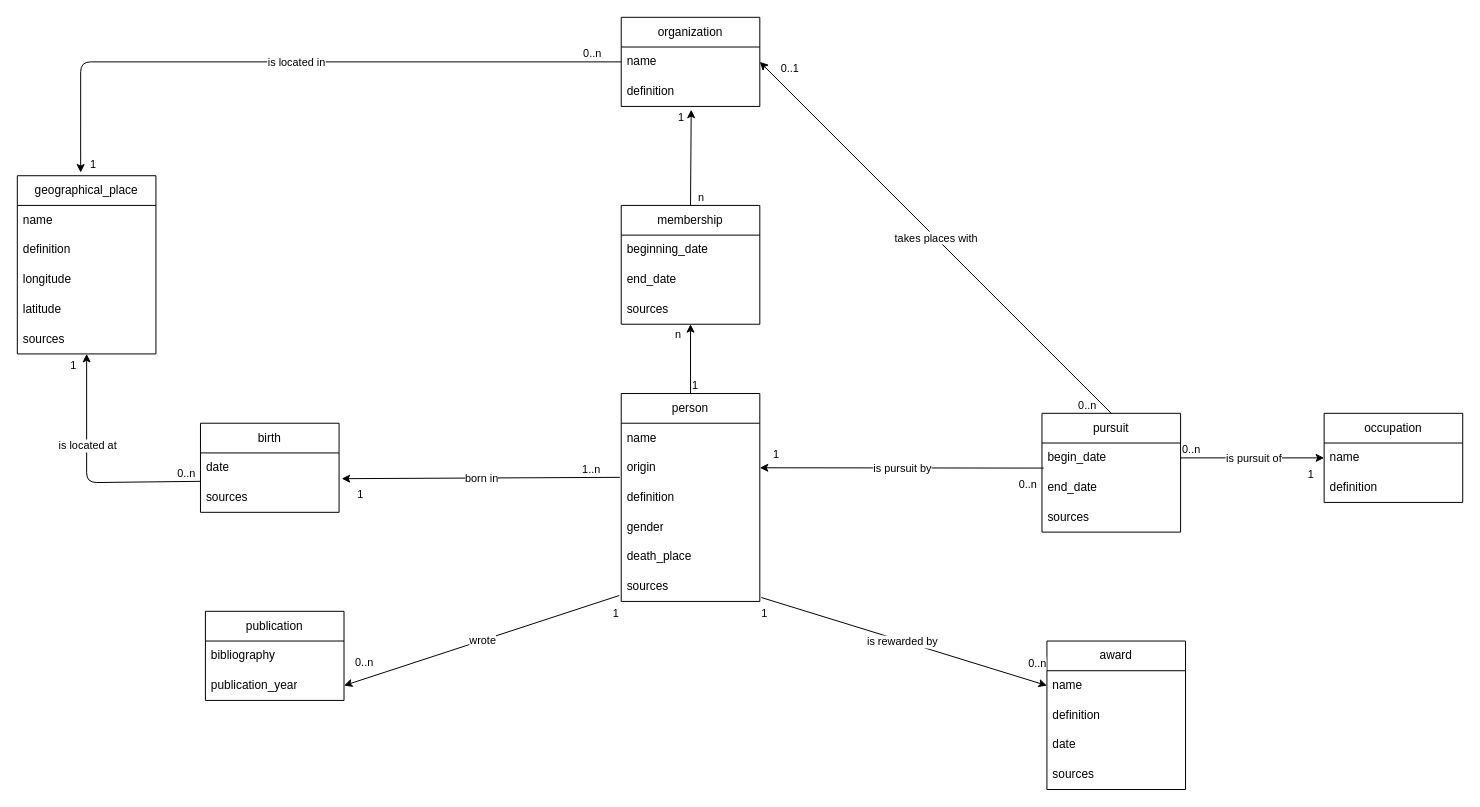
The draw.io diagram diagramme/diagramme.drawio in Raphix93/2HS2179_militants-pour-la-paix, before the edit. Source tidied: cells renumbered, new cells numbered last; positions are measured from the earlier drawing's top-left corner, leaving out a move shared by most shapes. Both pictures are drawn from the tidied source at 99%, with x=0, y=0 at pixel (17, 17).
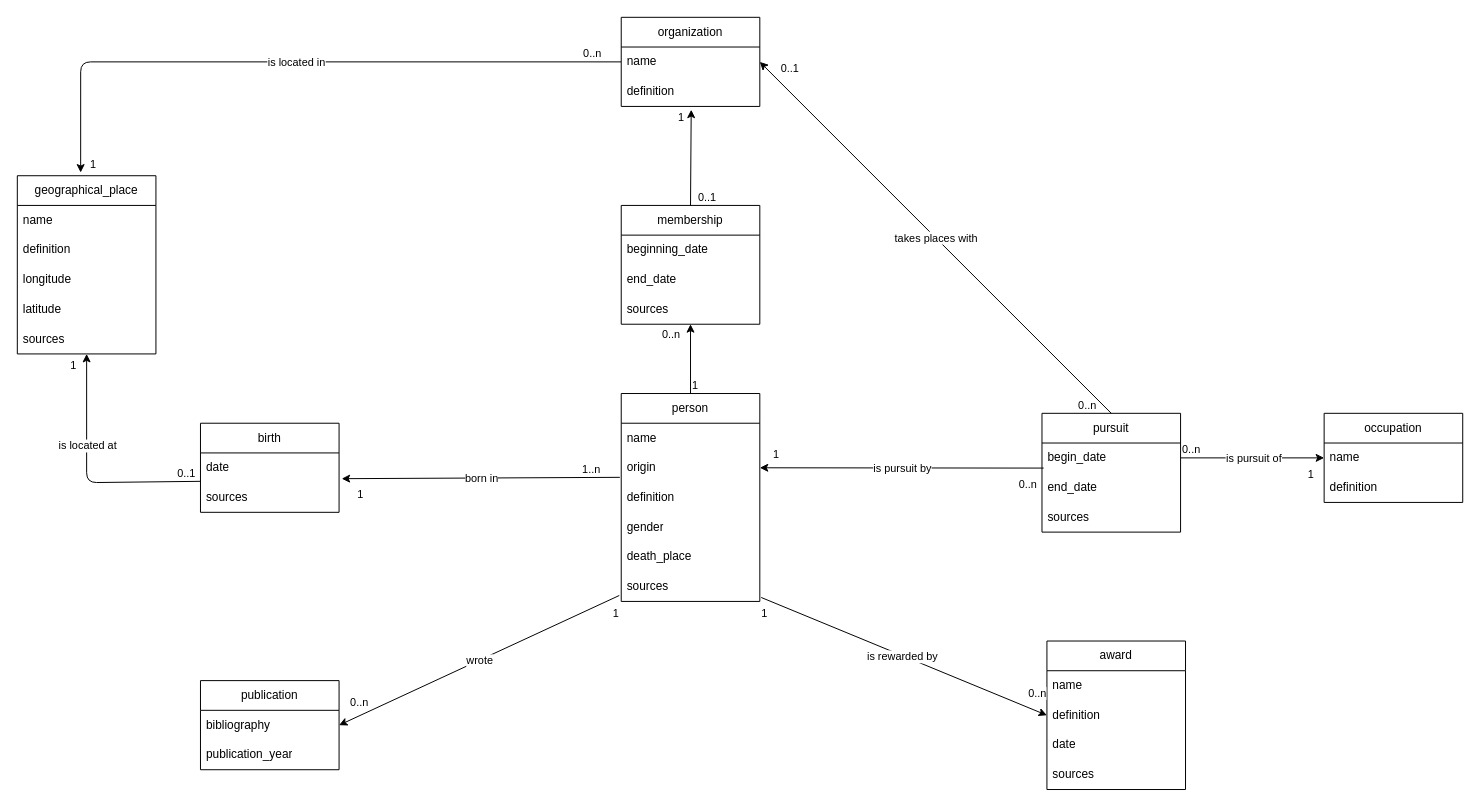
After the change.

Commit message (it also covers changes not shown here):
Ajout licence

Unchanged cells that the change refers to:
```xml
<mxCell id="8" value="sources" style="text;strokeColor=none;fillColor=none;align=left;verticalAlign=middle;spacingLeft=4;spacingRight=4;overflow=hidden;points=[[0,0.5],[1,0.5]];portConstraint=eastwest;whiteSpace=wrap;html=1;" parent="2" vertex="1">
  <mxGeometry y="180" width="140" height="30" as="geometry" />
</mxCell>
<mxCell id="23" value="bibliography" style="text;strokeColor=none;fillColor=none;align=left;verticalAlign=middle;spacingLeft=4;spacingRight=4;overflow=hidden;points=[[0,0.5],[1,0.5]];portConstraint=eastwest;whiteSpace=wrap;html=1;" parent="22" vertex="1">
  <mxGeometry y="30" width="140" height="30" as="geometry" />
</mxCell>
<mxCell id="24" value="publication_year" style="text;strokeColor=none;fillColor=none;align=left;verticalAlign=middle;spacingLeft=4;spacingRight=4;overflow=hidden;points=[[0,0.5],[1,0.5]];portConstraint=eastwest;whiteSpace=wrap;html=1;" parent="22" vertex="1">
  <mxGeometry y="60" width="140" height="30" as="geometry" />
</mxCell>
<mxCell id="26" value="name" style="text;strokeColor=none;fillColor=none;align=left;verticalAlign=middle;spacingLeft=4;spacingRight=4;overflow=hidden;points=[[0,0.5],[1,0.5]];portConstraint=eastwest;whiteSpace=wrap;html=1;" parent="25" vertex="1">
  <mxGeometry y="30" width="140" height="30" as="geometry" />
</mxCell>
<mxCell id="27" value="definition" style="text;strokeColor=none;fillColor=none;align=left;verticalAlign=middle;spacingLeft=4;spacingRight=4;overflow=hidden;points=[[0,0.5],[1,0.5]];portConstraint=eastwest;whiteSpace=wrap;html=1;" parent="25" vertex="1">
  <mxGeometry y="60" width="140" height="30" as="geometry" />
</mxCell>
<mxCell id="48" style="endArrow=classic;html=1;exitX=0.002;exitY=0.956;exitDx=0;exitDy=0;exitPerimeter=0;" parent="1" edge="1" source="42">
  <mxGeometry relative="1" as="geometry">
    <mxPoint x="70" y="340" as="targetPoint" />
    <Array as="points">
      <mxPoint x="70" y="470" />
    </Array>
  </mxGeometry>
</mxCell>
<mxCell id="68" style="endArrow=classic;html=1;exitX=0.5;exitY=0;exitDx=0;exitDy=0;" parent="1" edge="1" source="2">
  <mxGeometry relative="1" as="geometry">
    <mxPoint x="680" y="310" as="targetPoint" />
  </mxGeometry>
</mxCell>
<mxCell id="71" style="endArrow=classic;html=1;exitX=0.5;exitY=0;exitDx=0;exitDy=0;entryX=0.505;entryY=1.111;entryDx=0;entryDy=0;entryPerimeter=0;" parent="1" edge="1" source="64" target="11">
  <mxGeometry relative="1" as="geometry" />
</mxCell>
```

What changed in the source:
```diff
@@
     <mxCell id="22" value="publication" style="swimlane;fontStyle=0;horizontal=1;startSize=30;whiteSpace=wrap;html=1;" parent="1" vertex="1">
-      <mxGeometry x="190" y="600" width="140" height="90" as="geometry" />
+      <mxGeometry x="185" y="670" width="140" height="90" as="geometry" />
     </mxCell>
@@
-    <mxCell id="50" value="0..n" style="edgeLabel;html=1;align=left;verticalAlign=bottom;" parent="48" vertex="1">
+    <mxCell id="50" value="0..1" style="edgeLabel;html=1;align=left;verticalAlign=bottom;" parent="48" vertex="1">
       <mxGeometry x="-1" relative="1" as="geometry">
         <mxPoint x="-25" as="offset" />
       </mxGeometry>
     </mxCell>
@@
-    <mxCell id="52" style="endArrow=classic;html=1;entryX=1;entryY=0.5;entryDx=0;entryDy=0;exitX=-0.014;exitY=0.8;exitDx=0;exitDy=0;exitPerimeter=0;" parent="1" edge="1" source="8" target="24">
+    <mxCell id="52" style="endArrow=classic;html=1;exitX=-0.014;exitY=0.8;exitDx=0;exitDy=0;exitPerimeter=0;entryX=1;entryY=0.5;entryDx=0;entryDy=0;" parent="1" edge="1" source="8" target="23">
       <mxGeometry relative="1" as="geometry" />
     </mxCell>
@@
-    <mxCell id="60" style="endArrow=classic;html=1;exitX=1.01;exitY=0.867;exitDx=0;exitDy=0;entryX=0;entryY=0.5;entryDx=0;entryDy=0;exitPerimeter=0;" parent="1" edge="1" source="8" target="26">
+    <mxCell id="60" style="endArrow=classic;html=1;exitX=1.01;exitY=0.867;exitDx=0;exitDy=0;entryX=0;entryY=0.5;entryDx=0;entryDy=0;exitPerimeter=0;" parent="1" edge="1" source="8" target="27">
       <mxGeometry relative="1" as="geometry" />
     </mxCell>
@@
-    <mxCell id="70" value="n" style="edgeLabel;html=1;align=right;verticalAlign=bottom;" parent="68" vertex="1">
+    <mxCell id="70" value="0..n" style="edgeLabel;html=1;align=right;verticalAlign=bottom;" parent="68" vertex="1">
       <mxGeometry x="1" relative="1" as="geometry">
-        <mxPoint x="-9" y="18" as="offset" />
+        <mxPoint x="-10" y="18" as="offset" />
       </mxGeometry>
     </mxCell>
@@
-    <mxCell id="72" value="n" style="edgeLabel;html=1;align=left;verticalAlign=bottom;" parent="71" vertex="1">
+    <mxCell id="72" value="0..1" style="edgeLabel;html=1;align=left;verticalAlign=bottom;" parent="71" vertex="1">
       <mxGeometry x="-1" relative="1" as="geometry">
         <mxPoint x="6" as="offset" />
       </mxGeometry>
     </mxCell>
```
